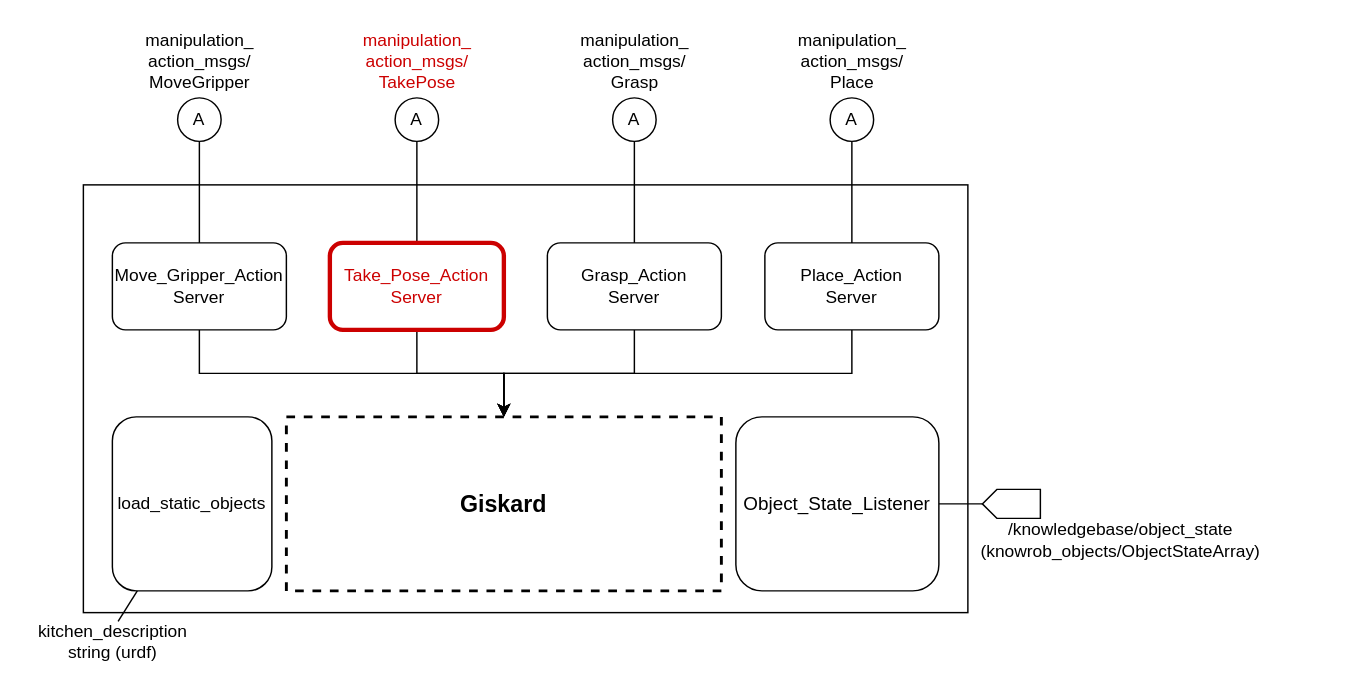
Earlier version of the draw.io diagram architecture/manipulation_architecture/Manipulation Architecture.drawio (SUTURO/suturo_resources). Source tidied: cells renumbered, new cells numbered last; positions are measured from the earlier drawing's top-left corner, leaving out a move shared by most shapes. Both pictures are drawn from the tidied source at 145%, with x=0, y=0 at pixel (25, 25).
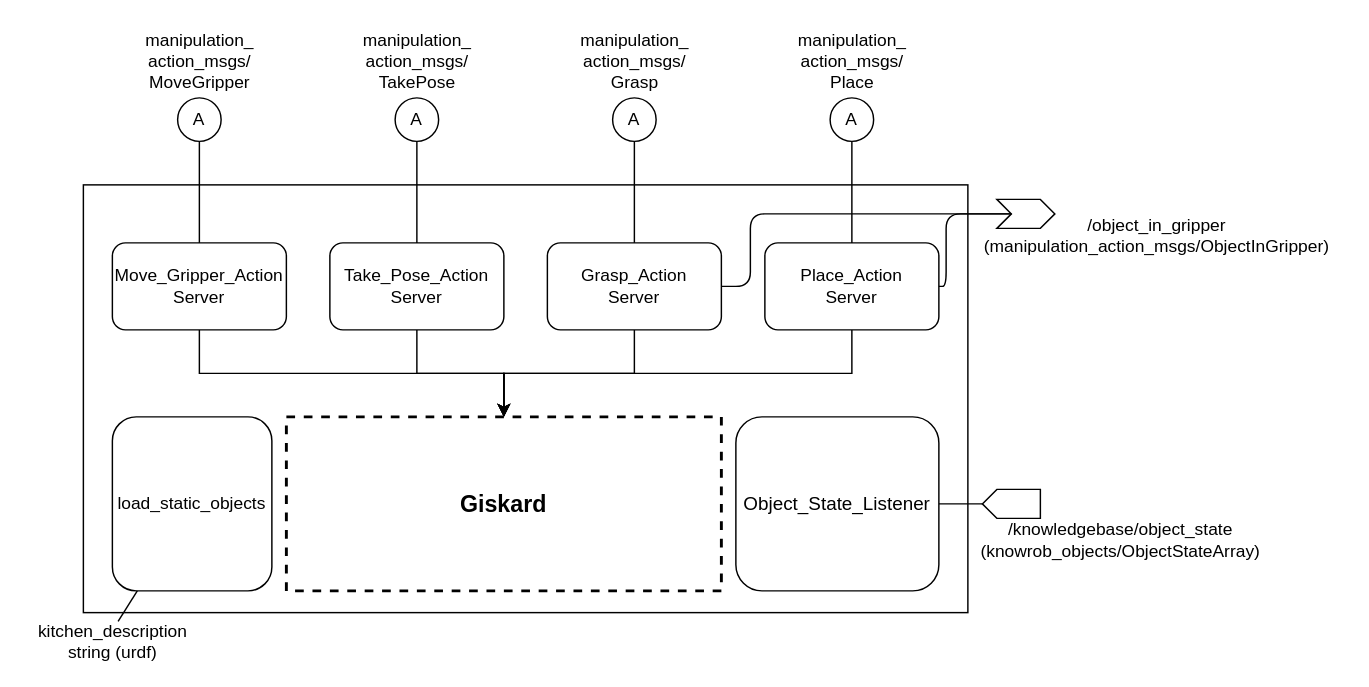
After the change.

Commit message (it also covers changes not shown here):
manipulation architecture objectingripper development model

Unchanged cells that the change refers to:
```xml
<mxCell id="11" value="&lt;div&gt;Grasp_Action&lt;/div&gt;Server" style="rounded=1;whiteSpace=wrap;html=1;strokeColor=#000000;strokeWidth=1;fontColor=#000000;" parent="1" vertex="1">
  <mxGeometry x="360" y="150" width="120" height="60" as="geometry" />
</mxCell>
<mxCell id="17" value="&lt;div&gt;Place_Action&lt;/div&gt;Server" style="rounded=1;whiteSpace=wrap;html=1;strokeColor=#000000;strokeWidth=1;fontColor=#000000;" parent="1" vertex="1">
  <mxGeometry x="510" y="150" width="120" height="60" as="geometry" />
</mxCell>
```

Change to the diagram source:
```diff
@@
+    <mxCell id="32" style="rounded=0;jettySize=auto;html=1;exitX=1;exitY=0.5;exitDx=0;exitDy=0;entryX=0;entryY=0.5;entryDx=0;entryDy=0;fontColor=#000000;strokeColor=none;edgeStyle=orthogonalEdgeStyle;shape=link;" parent="1" edge="1" source="11">
+      <mxGeometry relative="1" as="geometry">
+        <mxPoint x="500" y="90" as="targetPoint" />
+      </mxGeometry>
+    </mxCell>
@@
-    <mxCell id="14" value="&lt;div&gt;Take_Pose_Action&lt;/div&gt;Server" style="rounded=1;whiteSpace=wrap;html=1;strokeColor=#CC0000;strokeWidth=3;fontColor=#CC0000;" parent="1" vertex="1">
+    <mxCell id="14" value="&lt;div&gt;Take_Pose_Action&lt;/div&gt;Server" style="rounded=1;whiteSpace=wrap;html=1;strokeColor=#000000;strokeWidth=1;fontColor=#000000;" parent="1" vertex="1">
       <mxGeometry x="210" y="150" width="120" height="60" as="geometry" />
     </mxCell>
@@
-    <mxCell id="23" value="&lt;div&gt;manipulation_&lt;/div&gt;&lt;div&gt;action_msgs/&lt;/div&gt;&lt;div&gt;TakePose&lt;/div&gt;" style="text;html=1;align=center;verticalAlign=middle;fontColor=#CC0000;" parent="1" vertex="1">
+    <mxCell id="23" value="&lt;div&gt;manipulation_&lt;/div&gt;&lt;div&gt;action_msgs/&lt;/div&gt;&lt;div&gt;TakePose&lt;/div&gt;" style="text;html=1;align=center;verticalAlign=middle;fontColor=#000000;" parent="1" vertex="1">
       <mxGeometry x="225" width="90" height="50" as="geometry" />
     </mxCell>
@@
+    <mxCell id="33" style="shape=step;perimeter=stepPerimeter;whiteSpace=wrap;html=1;fixedSize=1;strokeColor=#000000;strokeWidth=1;fontColor=#000000;size=10;rotation=0;" parent="1" vertex="1">
+      <mxGeometry x="670" y="120" width="40" height="20" as="geometry" />
+    </mxCell>
+    <mxCell id="34" style="endArrow=none;html=1;fontColor=#000000;entryX=0;entryY=0.5;entryDx=0;entryDy=0;exitX=1;exitY=0.5;exitDx=0;exitDy=0;edgeStyle=orthogonalEdgeStyle;" parent="1" edge="1" source="11" target="33">
+      <mxGeometry relative="1" as="geometry">
+        <Array as="points">
+          <mxPoint x="500" y="180" />
+          <mxPoint x="500" y="130" />
+        </Array>
+      </mxGeometry>
+    </mxCell>
+    <mxCell id="35" style="endArrow=none;html=1;fontColor=#000000;entryX=0;entryY=0.5;entryDx=0;entryDy=0;exitX=1;exitY=0.5;exitDx=0;exitDy=0;edgeStyle=orthogonalEdgeStyle;" parent="1" edge="1" source="17" target="33">
+      <mxGeometry relative="1" as="geometry">
+        <Array as="points">
+          <mxPoint x="635" y="180" />
+        </Array>
+      </mxGeometry>
+    </mxCell>
+    <mxCell id="36" value="&lt;div&gt;/&lt;span class=&quot;pl-s&quot;&gt;object_in_gripper&lt;br&gt;&lt;/span&gt;&lt;/div&gt;&lt;div&gt;&lt;span class=&quot;pl-s&quot;&gt;(&lt;/span&gt;&lt;span class=&quot;pl-s1&quot;&gt;manipulation_action_msgs/&lt;/span&gt;&lt;span class=&quot;pl-v&quot;&gt;ObjectInGripper)&lt;/span&gt;&lt;/div&gt;" style="text;html=1;align=center;verticalAlign=middle;fontColor=#000000;fillColor=none;" parent="1" vertex="1">
+      <mxGeometry x="650" y="130" width="260" height="30" as="geometry" />
+    </mxCell>
```
